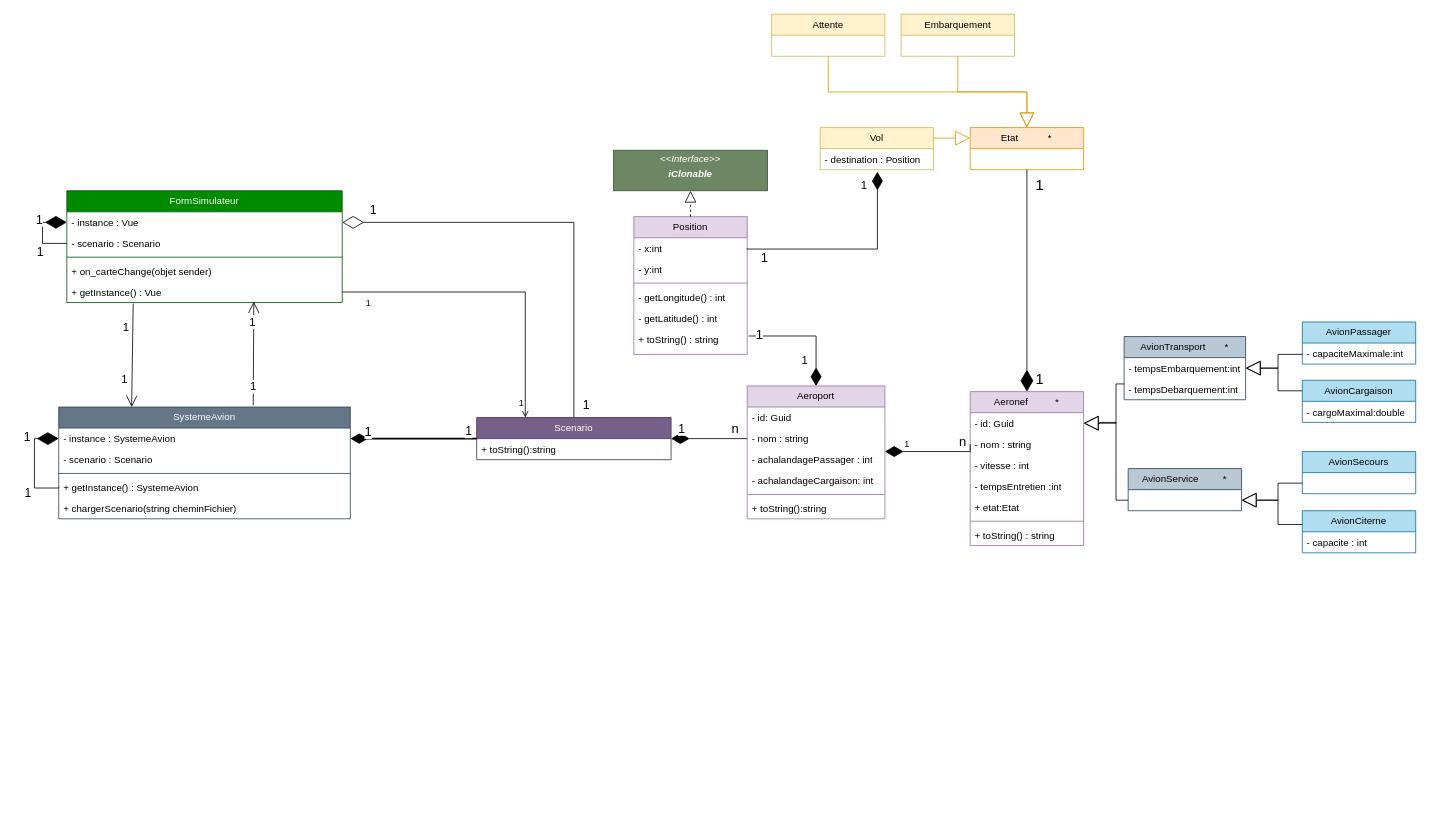
The draw.io diagram AviyonsSimulateur.drawio in felixcharbonneau/Echec, before the edit. Source tidied: cells renumbered, new cells numbered last; positions are measured from the earlier drawing's top-left corner, leaving out a move shared by most shapes. Both pictures are drawn from the tidied source at 81%, with x=0, y=0 at pixel (34, 14).
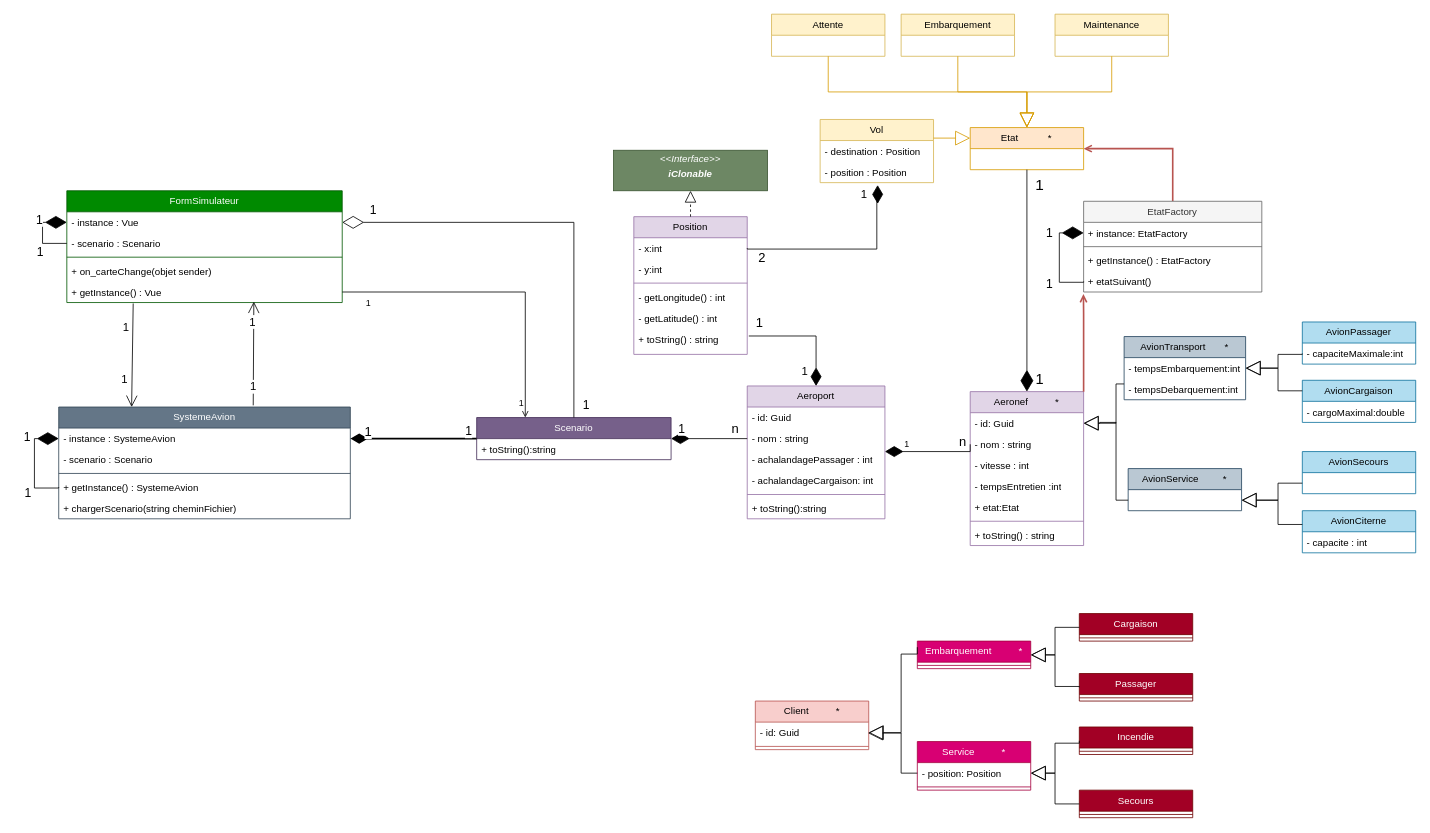
The same page after the edit.

The change refers to these unchanged cells:
```xml
<mxCell id="47" value="Aeronef&amp;nbsp; &amp;nbsp; &amp;nbsp; &amp;nbsp; &amp;nbsp; *" style="swimlane;fontStyle=0;horizontal=1;startSize=26;fillColor=#e1d5e7;whiteSpace=wrap;html=1;strokeColor=#9673a6;" parent="1" vertex="1">
  <mxGeometry x="1155.3" y="466" width="140" height="190" as="geometry" />
</mxCell>
<mxCell id="75" value="Etat&amp;nbsp; &amp;nbsp; &amp;nbsp; &amp;nbsp; &amp;nbsp; &amp;nbsp;*" style="swimlane;fontStyle=0;horizontal=1;startSize=26;fillColor=#ffe6cc;whiteSpace=wrap;html=1;strokeColor=#d79b00;" parent="1" vertex="1">
  <mxGeometry x="1155.3" y="140" width="140" height="52" as="geometry" />
</mxCell>
<mxCell id="84" value="- destination : Position" style="text;strokeColor=none;fillColor=none;align=left;verticalAlign=top;spacingLeft=4;spacingRight=4;overflow=hidden;points=[[0,0.5],[1,0.5]];portConstraint=eastwest;whiteSpace=wrap;html=1;" parent="83" vertex="1">
  <mxGeometry y="26" width="140" height="26" as="geometry" />
</mxCell>
<mxCell id="86" value="- x:int" style="text;strokeColor=none;fillColor=none;align=left;verticalAlign=top;spacingLeft=4;spacingRight=4;overflow=hidden;points=[[0,0.5],[1,0.5]];portConstraint=eastwest;whiteSpace=wrap;html=1;" parent="85" vertex="1">
  <mxGeometry y="26" width="140" height="26" as="geometry" />
</mxCell>
<mxCell id="94" style="edgeStyle=orthogonalEdgeStyle;rounded=0;jettySize=auto;html=1;endArrow=diamondThin;endFill=1;endSize=20;exitX=1.014;exitY=0.291;exitDx=0;exitDy=0;exitPerimeter=0;" parent="1" edge="1" source="91" target="37">
  <mxGeometry relative="1" as="geometry">
    <Array as="points">
      <mxPoint x="965" y="397" />
    </Array>
  </mxGeometry>
</mxCell>
```

Diff of the diagram source:
```diff
@@
     <mxCell id="83" value="Vol" style="swimlane;fontStyle=0;horizontal=1;startSize=26;fillColor=#fff2cc;whiteSpace=wrap;html=1;strokeColor=#d6b656;" parent="1" vertex="1">
-      <mxGeometry x="970" y="140" width="140" height="52" as="geometry" />
+      <mxGeometry x="970" y="130" width="140" height="78" as="geometry" />
     </mxCell>
@@
+    <mxCell id="101" value="- position : Position" style="text;strokeColor=none;fillColor=none;align=left;verticalAlign=top;spacingLeft=4;spacingRight=4;overflow=hidden;points=[[0,0.5],[1,0.5]];portConstraint=eastwest;whiteSpace=wrap;html=1;" parent="83" vertex="1">
+      <mxGeometry y="52" width="140" height="26" as="geometry" />
+    </mxCell>
@@
     <mxCell id="95" value="1" style="edgeLabel;html=1;align=center;verticalAlign=middle;fontSize=16;" parent="94" vertex="1">
       <mxGeometry x="-0.66" y="-3" relative="1" as="geometry">
-        <mxPoint x="-12" y="-5" as="offset" />
+        <mxPoint x="-12" y="-20" as="offset" />
       </mxGeometry>
     </mxCell>
     <mxCell id="96" value="&lt;font style=&quot;font-size: 14px;&quot;&gt;1&lt;/font&gt;" style="edgeLabel;html=1;align=center;verticalAlign=middle;" parent="94" vertex="1">
       <mxGeometry x="0.5" y="1" relative="1" as="geometry">
-        <mxPoint x="-16" y="3" as="offset" />
+        <mxPoint x="-16" y="17" as="offset" />
       </mxGeometry>
     </mxCell>
-    <mxCell id="97" style="edgeStyle=orthogonalEdgeStyle;rounded=0;jettySize=auto;html=1;endArrow=diamondThin;endFill=1;endSize=20;exitX=1;exitY=0.5;exitDx=0;exitDy=0;entryX=0.505;entryY=1.099;entryDx=0;entryDy=0;entryPerimeter=0;" parent="1" edge="1" source="86" target="84">
+    <mxCell id="97" style="edgeStyle=orthogonalEdgeStyle;rounded=0;jettySize=auto;html=1;endArrow=diamondThin;endFill=1;endSize=20;exitX=1;exitY=0.5;exitDx=0;exitDy=0;entryX=0.507;entryY=1.115;entryDx=0;entryDy=0;entryPerimeter=0;" parent="1" edge="1" source="86" target="101">
       <mxGeometry relative="1" as="geometry">
         <Array as="points">
+          <mxPoint x="880" y="290" />
           <mxPoint x="1040" y="290" />
-          <mxPoint x="1040" y="195" />
+          <mxPoint x="1040" y="220" />
+          <mxPoint x="1041" y="220" />
         </Array>
       </mxGeometry>
     </mxCell>
-    <mxCell id="98" value="1" style="edgeLabel;html=1;align=center;verticalAlign=middle;fontSize=16;" parent="97" vertex="1">
+    <mxCell id="98" value="2" style="edgeLabel;html=1;align=center;verticalAlign=middle;fontSize=16;" parent="97" vertex="1">
       <mxGeometry x="-0.66" y="-3" relative="1" as="geometry">
         <mxPoint x="-23" y="7" as="offset" />
       </mxGeometry>
     </mxCell>
@@
-    <mxCell id="100" style="endArrow=block;endSize=16;endFill=0;html=1;rounded=0;entryX=0;entryY=0.25;entryDx=0;entryDy=0;edgeStyle=orthogonalEdgeStyle;exitX=1;exitY=0.25;exitDx=0;exitDy=0;fillColor=#ffe6cc;strokeColor=#d79b00;" parent="1" edge="1" source="83" target="75">
-      <mxGeometry relative="1" as="geometry" />
+    <mxCell id="100" style="endArrow=block;endSize=16;endFill=0;html=1;rounded=0;entryX=0;entryY=0.25;entryDx=0;entryDy=0;edgeStyle=orthogonalEdgeStyle;fillColor=#ffe6cc;strokeColor=#d79b00;" parent="1" edge="1" target="75">
+      <mxGeometry relative="1" as="geometry">
+        <mxPoint x="1110" y="153" as="sourcePoint" />
+        <Array as="points">
+          <mxPoint x="1110" y="153" />
+        </Array>
+      </mxGeometry>
     </mxCell>
+    <mxCell id="102" style="edgeStyle=orthogonalEdgeStyle;rounded=0;jettySize=auto;html=1;exitX=0.5;exitY=0;exitDx=0;exitDy=0;entryX=1;entryY=0.5;entryDx=0;entryDy=0;endArrow=open;endFill=0;strokeWidth=2;fillColor=#f8cecc;strokeColor=#b85450;" parent="1" edge="1" source="103" target="75">
+      <mxGeometry relative="1" as="geometry" />
+    </mxCell>
+    <mxCell id="103" value="EtatFactory" style="swimlane;fontStyle=0;horizontal=1;startSize=26;fillColor=#f5f5f5;whiteSpace=wrap;html=1;fontColor=#333333;strokeColor=#666666;" parent="1" vertex="1">
+      <mxGeometry x="1295.3" y="231" width="220" height="112" as="geometry" />
+    </mxCell>
+    <mxCell id="104" value="+ instance: EtatFactory" style="text;strokeColor=none;fillColor=none;align=left;verticalAlign=top;spacingLeft=4;spacingRight=4;overflow=hidden;points=[[0,0.5],[1,0.5]];portConstraint=eastwest;whiteSpace=wrap;html=1;" parent="103" vertex="1">
+      <mxGeometry y="26" width="220" height="26" as="geometry" />
+    </mxCell>
+    <mxCell id="105" style="line;strokeWidth=1;fillColor=none;align=left;verticalAlign=middle;spacingTop=-1;spacingLeft=3;spacingRight=3;labelPosition=right;strokeColor=inherit;" parent="103" vertex="1">
+      <mxGeometry y="52" width="220" height="8" as="geometry" />
+    </mxCell>
+    <mxCell id="106" value="+ getInstance() : EtatFactory" style="text;strokeColor=none;fillColor=none;align=left;verticalAlign=top;spacingLeft=4;spacingRight=4;overflow=hidden;whiteSpace=wrap;html=1;" parent="103" vertex="1">
+      <mxGeometry y="60" width="220" height="26" as="geometry" />
+    </mxCell>
+    <mxCell id="107" style="endArrow=diamondThin;endFill=1;endSize=24;html=1;rounded=0;exitX=0;exitY=0.5;exitDx=0;exitDy=0;edgeStyle=orthogonalEdgeStyle;entryX=0;entryY=0.5;entryDx=0;entryDy=0;" parent="103" edge="1" source="110" target="104">
+      <mxGeometry relative="1" as="geometry">
+        <Array as="points">
+          <mxPoint y="100" />
+          <mxPoint x="-30" y="100" />
+          <mxPoint x="-30" y="39" />
+        </Array>
+      </mxGeometry>
+    </mxCell>
+    <mxCell id="108" value="1" style="edgeLabel;html=1;align=center;verticalAlign=middle;fontSize=15;" parent="107" vertex="1">
+      <mxGeometry x="-0.62" y="-3" relative="1" as="geometry">
+        <mxPoint x="-21" y="4" as="offset" />
+      </mxGeometry>
+    </mxCell>
+    <mxCell id="109" value="1" style="edgeLabel;html=1;align=center;verticalAlign=middle;fontSize=15;" parent="107" vertex="1">
+      <mxGeometry x="0.56" y="2" relative="1" as="geometry">
+        <mxPoint x="-16" y="1" as="offset" />
+      </mxGeometry>
+    </mxCell>
+    <mxCell id="110" value="+ etatSuivant()" style="text;strokeColor=none;fillColor=none;align=left;verticalAlign=top;spacingLeft=4;spacingRight=4;overflow=hidden;points=[[0,0.5],[1,0.5]];portConstraint=eastwest;whiteSpace=wrap;html=1;" parent="103" vertex="1">
+      <mxGeometry y="86" width="220" height="26" as="geometry" />
+    </mxCell>
+    <mxCell id="111" style="edgeStyle=orthogonalEdgeStyle;rounded=0;jettySize=auto;html=1;exitX=1;exitY=0;exitDx=0;exitDy=0;entryX=-0.001;entryY=1.096;entryDx=0;entryDy=0;entryPerimeter=0;endArrow=open;endFill=0;strokeWidth=2;fillColor=#f8cecc;strokeColor=#b85450;" parent="1" edge="1" source="47" target="110">
+      <mxGeometry relative="1" as="geometry">
+        <Array as="points">
+          <mxPoint x="1295" y="370" />
+          <mxPoint x="1295" y="370" />
+        </Array>
+      </mxGeometry>
+    </mxCell>
+    <mxCell id="112" value="Client&amp;nbsp; &amp;nbsp; &amp;nbsp; &amp;nbsp; &amp;nbsp; *" style="swimlane;fontStyle=0;horizontal=1;startSize=26;fillColor=#f8cecc;whiteSpace=wrap;html=1;strokeColor=#b85450;" parent="1" vertex="1">
+      <mxGeometry x="890" y="848" width="140" height="60" as="geometry" />
+    </mxCell>
+    <mxCell id="113" value="- id: Guid" style="text;strokeColor=none;fillColor=none;align=left;verticalAlign=top;spacingLeft=4;spacingRight=4;overflow=hidden;points=[[0,0.5],[1,0.5]];portConstraint=eastwest;whiteSpace=wrap;html=1;" parent="112" vertex="1">
+      <mxGeometry y="26" width="140" height="26" as="geometry" />
+    </mxCell>
+    <mxCell id="114" style="line;strokeWidth=1;fillColor=none;align=left;verticalAlign=middle;spacingTop=-1;spacingLeft=3;spacingRight=3;labelPosition=right;strokeColor=inherit;" parent="112" vertex="1">
+      <mxGeometry y="52" width="140" height="8" as="geometry" />
+    </mxCell>
+    <mxCell id="115" value="Incendie" style="swimlane;fontStyle=0;horizontal=1;startSize=26;fillColor=#a20025;whiteSpace=wrap;html=1;strokeColor=#6F0000;fontColor=#ffffff;" parent="1" vertex="1">
+      <mxGeometry x="1290" y="880" width="140" height="34" as="geometry" />
+    </mxCell>
+    <mxCell id="116" style="line;strokeWidth=1;fillColor=none;align=left;verticalAlign=middle;spacingTop=-1;spacingLeft=3;spacingRight=3;labelPosition=right;strokeColor=inherit;" parent="115" vertex="1">
+      <mxGeometry y="26" width="140" height="8" as="geometry" />
+    </mxCell>
+    <mxCell id="117" value="Secours" style="swimlane;fontStyle=0;horizontal=1;startSize=26;fillColor=#a20025;whiteSpace=wrap;html=1;strokeColor=#6F0000;fontColor=#ffffff;" parent="1" vertex="1">
+      <mxGeometry x="1290" y="958" width="140" height="34" as="geometry" />
+    </mxCell>
+    <mxCell id="118" style="line;strokeWidth=1;fillColor=none;align=left;verticalAlign=middle;spacingTop=-1;spacingLeft=3;spacingRight=3;labelPosition=right;strokeColor=inherit;" parent="117" vertex="1">
+      <mxGeometry y="26" width="140" height="8" as="geometry" />
+    </mxCell>
+    <mxCell id="119" value="Service&amp;nbsp; &amp;nbsp; &amp;nbsp; &amp;nbsp; &amp;nbsp; *" style="swimlane;fontStyle=0;horizontal=1;startSize=26;fillColor=#d80073;whiteSpace=wrap;html=1;strokeColor=#A50040;fontColor=#ffffff;" parent="1" vertex="1">
+      <mxGeometry x="1090" y="898" width="140" height="60" as="geometry" />
+    </mxCell>
+    <mxCell id="120" value="- position: Position" style="text;strokeColor=none;fillColor=none;align=left;verticalAlign=top;spacingLeft=4;spacingRight=4;overflow=hidden;points=[[0,0.5],[1,0.5]];portConstraint=eastwest;whiteSpace=wrap;html=1;" parent="119" vertex="1">
+      <mxGeometry y="26" width="140" height="26" as="geometry" />
+    </mxCell>
+    <mxCell id="121" style="line;strokeWidth=1;fillColor=none;align=left;verticalAlign=middle;spacingTop=-1;spacingLeft=3;spacingRight=3;labelPosition=right;strokeColor=inherit;" parent="119" vertex="1">
+      <mxGeometry y="52" width="140" height="8" as="geometry" />
+    </mxCell>
+    <mxCell id="122" style="endArrow=block;endSize=16;endFill=0;html=1;rounded=0;entryX=1;entryY=0.5;entryDx=0;entryDy=0;edgeStyle=orthogonalEdgeStyle;exitX=0;exitY=0.5;exitDx=0;exitDy=0;" parent="1" edge="1" source="117" target="120">
+      <mxGeometry relative="1" as="geometry">
+        <Array as="points">
+          <mxPoint x="1260" y="975" />
+          <mxPoint x="1260" y="937" />
+        </Array>
+      </mxGeometry>
+    </mxCell>
+    <mxCell id="123" style="endArrow=block;endSize=16;endFill=0;html=1;rounded=0;entryX=1;entryY=0.5;entryDx=0;entryDy=0;edgeStyle=orthogonalEdgeStyle;exitX=0;exitY=0.5;exitDx=0;exitDy=0;" parent="1" edge="1" source="115" target="120">
+      <mxGeometry relative="1" as="geometry">
+        <Array as="points">
+          <mxPoint x="1290" y="900" />
+          <mxPoint x="1260" y="900" />
+          <mxPoint x="1260" y="937" />
+        </Array>
+      </mxGeometry>
+    </mxCell>
+    <mxCell id="124" style="endArrow=block;endSize=16;endFill=0;html=1;rounded=0;entryX=0.993;entryY=0.518;entryDx=0;entryDy=0;edgeStyle=orthogonalEdgeStyle;exitX=0;exitY=0.5;exitDx=0;exitDy=0;entryPerimeter=0;" parent="1" edge="1" source="120" target="113">
+      <mxGeometry relative="1" as="geometry">
+        <Array as="points">
+          <mxPoint x="1070" y="937" />
+          <mxPoint x="1070" y="888" />
+        </Array>
+      </mxGeometry>
+    </mxCell>
+    <mxCell id="125" value="Embarquement&amp;nbsp; &amp;nbsp; &amp;nbsp; &amp;nbsp; &amp;nbsp; *" style="swimlane;fontStyle=0;horizontal=1;startSize=26;fillColor=#d80073;whiteSpace=wrap;html=1;strokeColor=#A50040;fontColor=#ffffff;" parent="1" vertex="1">
+      <mxGeometry x="1090" y="774" width="140" height="34" as="geometry" />
+    </mxCell>
+    <mxCell id="126" style="line;strokeWidth=1;fillColor=none;align=left;verticalAlign=middle;spacingTop=-1;spacingLeft=3;spacingRight=3;labelPosition=right;strokeColor=inherit;" parent="125" vertex="1">
+      <mxGeometry y="26" width="140" height="8" as="geometry" />
+    </mxCell>
+    <mxCell id="127" value="Passager" style="swimlane;fontStyle=0;horizontal=1;startSize=26;fillColor=#a20025;whiteSpace=wrap;html=1;strokeColor=#6F0000;fontColor=#ffffff;" parent="1" vertex="1">
+      <mxGeometry x="1290" y="814" width="140" height="34" as="geometry" />
+    </mxCell>
+    <mxCell id="128" style="line;strokeWidth=1;fillColor=none;align=left;verticalAlign=middle;spacingTop=-1;spacingLeft=3;spacingRight=3;labelPosition=right;strokeColor=inherit;" parent="127" vertex="1">
+      <mxGeometry y="26" width="140" height="8" as="geometry" />
+    </mxCell>
+    <mxCell id="129" value="Cargaison" style="swimlane;fontStyle=0;horizontal=1;startSize=26;fillColor=#a20025;whiteSpace=wrap;html=1;strokeColor=#6F0000;fontColor=#ffffff;" parent="1" vertex="1">
+      <mxGeometry x="1290" y="740" width="140" height="34" as="geometry" />
+    </mxCell>
+    <mxCell id="130" style="line;strokeWidth=1;fillColor=none;align=left;verticalAlign=middle;spacingTop=-1;spacingLeft=3;spacingRight=3;labelPosition=right;strokeColor=inherit;" parent="129" vertex="1">
+      <mxGeometry y="26" width="140" height="8" as="geometry" />
+    </mxCell>
+    <mxCell id="131" style="endArrow=block;endSize=16;endFill=0;html=1;rounded=0;entryX=1;entryY=0.5;entryDx=0;entryDy=0;edgeStyle=orthogonalEdgeStyle;exitX=0;exitY=0.5;exitDx=0;exitDy=0;" parent="1" edge="1" source="129" target="125">
+      <mxGeometry relative="1" as="geometry">
+        <Array as="points">
+          <mxPoint x="1260" y="757" />
+          <mxPoint x="1260" y="791" />
+        </Array>
+      </mxGeometry>
+    </mxCell>
+    <mxCell id="132" style="endArrow=block;endSize=16;endFill=0;html=1;rounded=0;entryX=1;entryY=0.5;entryDx=0;entryDy=0;edgeStyle=orthogonalEdgeStyle;exitX=0;exitY=0.5;exitDx=0;exitDy=0;" parent="1" edge="1" source="127" target="125">
+      <mxGeometry relative="1" as="geometry">
+        <Array as="points">
+          <mxPoint x="1260" y="830" />
+          <mxPoint x="1260" y="791" />
+        </Array>
+      </mxGeometry>
+    </mxCell>
+    <mxCell id="133" style="endArrow=block;endSize=16;endFill=0;html=1;rounded=0;edgeStyle=orthogonalEdgeStyle;exitX=0;exitY=0.5;exitDx=0;exitDy=0;" parent="1" edge="1" target="113">
+      <mxGeometry relative="1" as="geometry">
+        <mxPoint x="1090" y="781.5" as="sourcePoint" />
+        <Array as="points">
+          <mxPoint x="1090" y="790" />
+          <mxPoint x="1070" y="790" />
+          <mxPoint x="1070" y="887" />
+        </Array>
+      </mxGeometry>
+    </mxCell>
+    <mxCell id="134" value="Maintenance" style="swimlane;fontStyle=0;horizontal=1;startSize=26;fillColor=#fff2cc;whiteSpace=wrap;html=1;strokeColor=#d6b656;" parent="1" vertex="1">
+      <mxGeometry x="1260" width="140" height="52" as="geometry" />
+    </mxCell>
+    <mxCell id="135" style="endArrow=block;endSize=16;endFill=0;html=1;rounded=0;entryX=0.5;entryY=0;entryDx=0;entryDy=0;edgeStyle=orthogonalEdgeStyle;exitX=0.5;exitY=1;exitDx=0;exitDy=0;fillColor=#ffe6cc;strokeColor=#d79b00;" parent="1" edge="1" source="134" target="75">
+      <mxGeometry relative="1" as="geometry" />
+    </mxCell>
```
